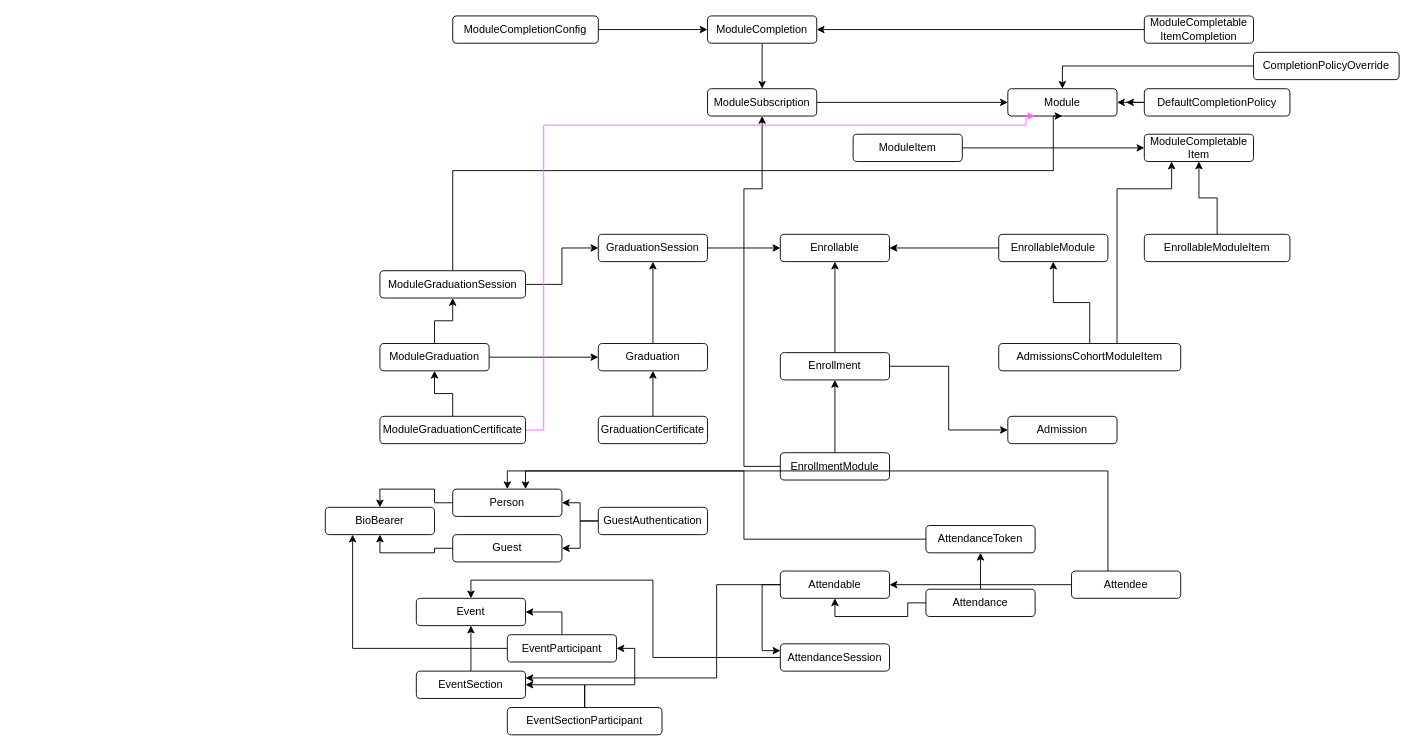
Before: Untitled Diagram.drawio in nana-essah/data-abstractions, a draw.io diagram. Source tidied: cells renumbered, new cells numbered last; positions are measured from the earlier drawing's top-left corner, leaving out a move shared by most shapes. Both pictures are drawn from the tidied source at 91%, with x=0, y=0 at pixel (325, 15).
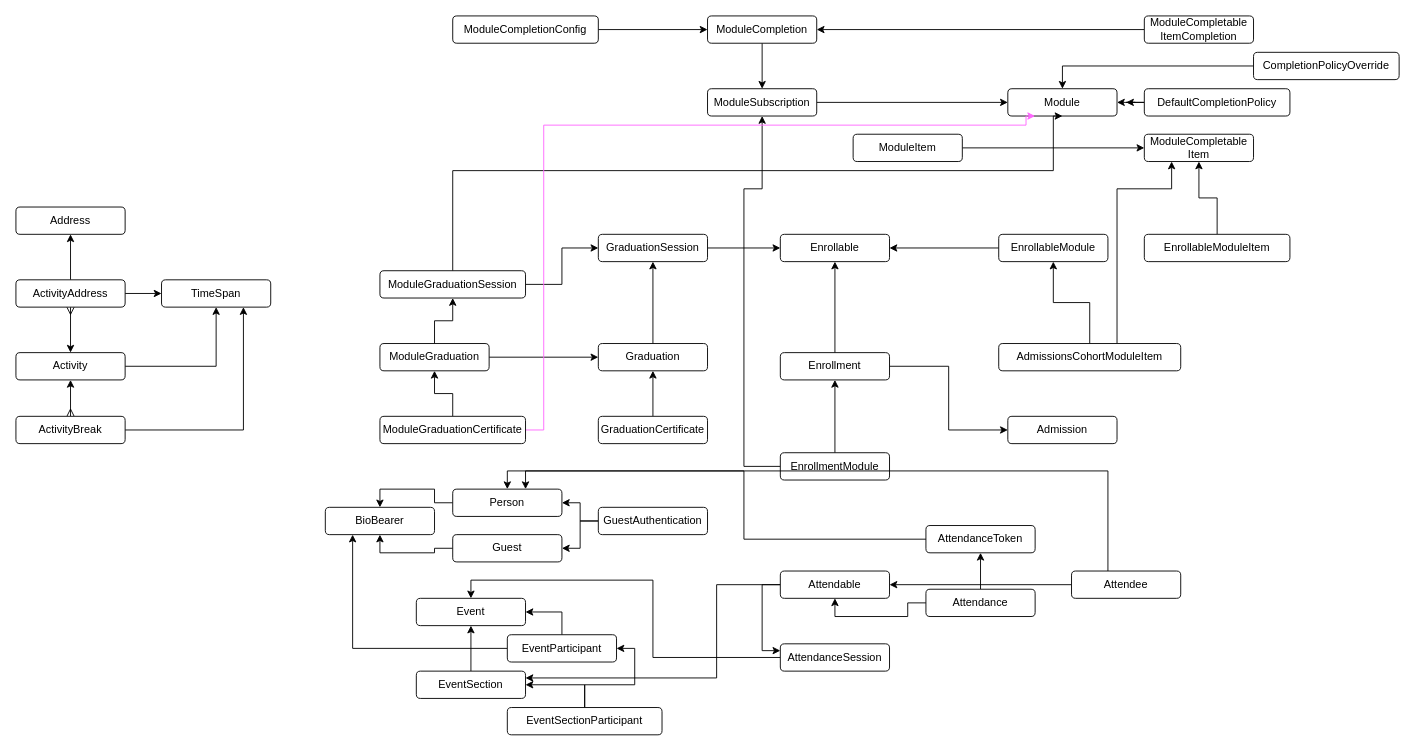
The same page after the edit.

Change to the diagram source:
```diff
@@
+    <mxCell id="79" style="edgeStyle=orthogonalEdgeStyle;rounded=0;jettySize=auto;html=1;entryX=0.5;entryY=1;entryDx=0;entryDy=0;" parent="1" edge="1" source="80" target="88">
+      <mxGeometry relative="1" as="geometry" />
+    </mxCell>
+    <mxCell id="80" value="Activity" style="rounded=1;whiteSpace=wrap;html=1;" parent="1" vertex="1">
+      <mxGeometry x="-340" y="370" width="120" height="30" as="geometry" />
+    </mxCell>
+    <mxCell id="81" style="edgeStyle=orthogonalEdgeStyle;rounded=0;jettySize=auto;html=1;entryX=0.5;entryY=1;entryDx=0;entryDy=0;startArrow=ERmany;startFill=0;" parent="1" edge="1" source="83" target="80">
+      <mxGeometry relative="1" as="geometry" />
+    </mxCell>
+    <mxCell id="82" style="edgeStyle=orthogonalEdgeStyle;rounded=0;jettySize=auto;html=1;entryX=0.75;entryY=1;entryDx=0;entryDy=0;" parent="1" edge="1" source="83" target="88">
+      <mxGeometry relative="1" as="geometry" />
+    </mxCell>
+    <mxCell id="83" value="ActivityBreak" style="rounded=1;whiteSpace=wrap;html=1;" parent="1" vertex="1">
+      <mxGeometry x="-340" y="440" width="120" height="30" as="geometry" />
+    </mxCell>
+    <mxCell id="84" style="edgeStyle=orthogonalEdgeStyle;rounded=0;jettySize=auto;html=1;entryX=0.5;entryY=0;entryDx=0;entryDy=0;startArrow=ERmany;startFill=0;" parent="1" edge="1" source="87" target="80">
+      <mxGeometry relative="1" as="geometry" />
+    </mxCell>
+    <mxCell id="85" style="edgeStyle=orthogonalEdgeStyle;rounded=0;jettySize=auto;html=1;entryX=0;entryY=0.5;entryDx=0;entryDy=0;" parent="1" edge="1" source="87" target="88">
+      <mxGeometry relative="1" as="geometry" />
+    </mxCell>
+    <mxCell id="86" style="edgeStyle=orthogonalEdgeStyle;rounded=0;jettySize=auto;html=1;" parent="1" edge="1" source="87" target="89">
+      <mxGeometry relative="1" as="geometry" />
+    </mxCell>
+    <mxCell id="87" value="ActivityAddress" style="rounded=1;whiteSpace=wrap;html=1;" parent="1" vertex="1">
+      <mxGeometry x="-340" y="290" width="120" height="30" as="geometry" />
+    </mxCell>
+    <mxCell id="88" value="TimeSpan" style="rounded=1;whiteSpace=wrap;html=1;" parent="1" vertex="1">
+      <mxGeometry x="-180" y="290" width="120" height="30" as="geometry" />
+    </mxCell>
+    <mxCell id="89" value="Address" style="rounded=1;whiteSpace=wrap;html=1;" parent="1" vertex="1">
+      <mxGeometry x="-340" y="210" width="120" height="30" as="geometry" />
+    </mxCell>
```
